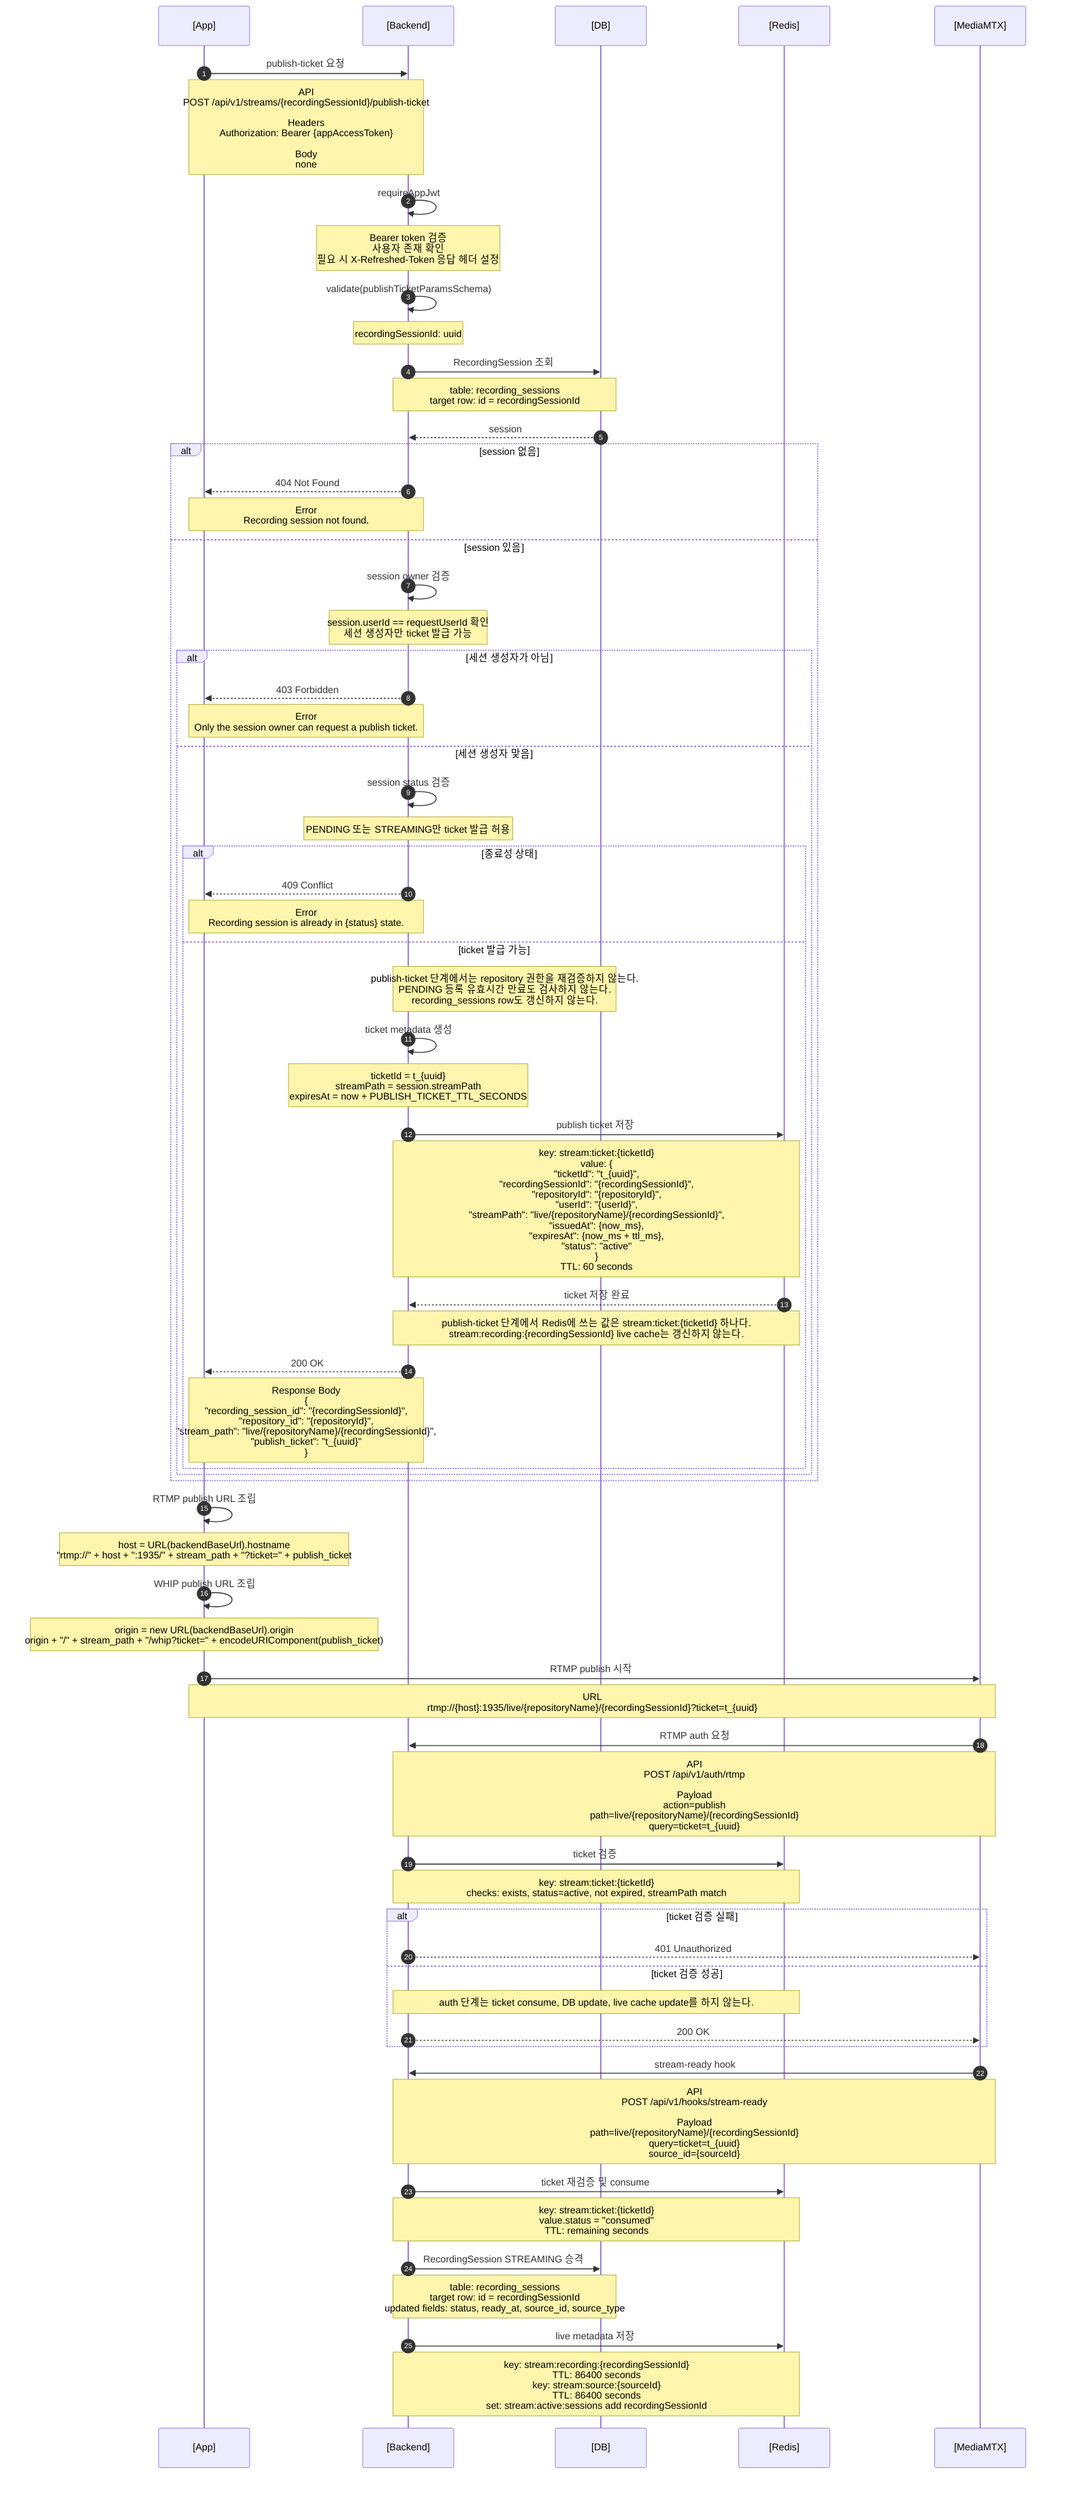
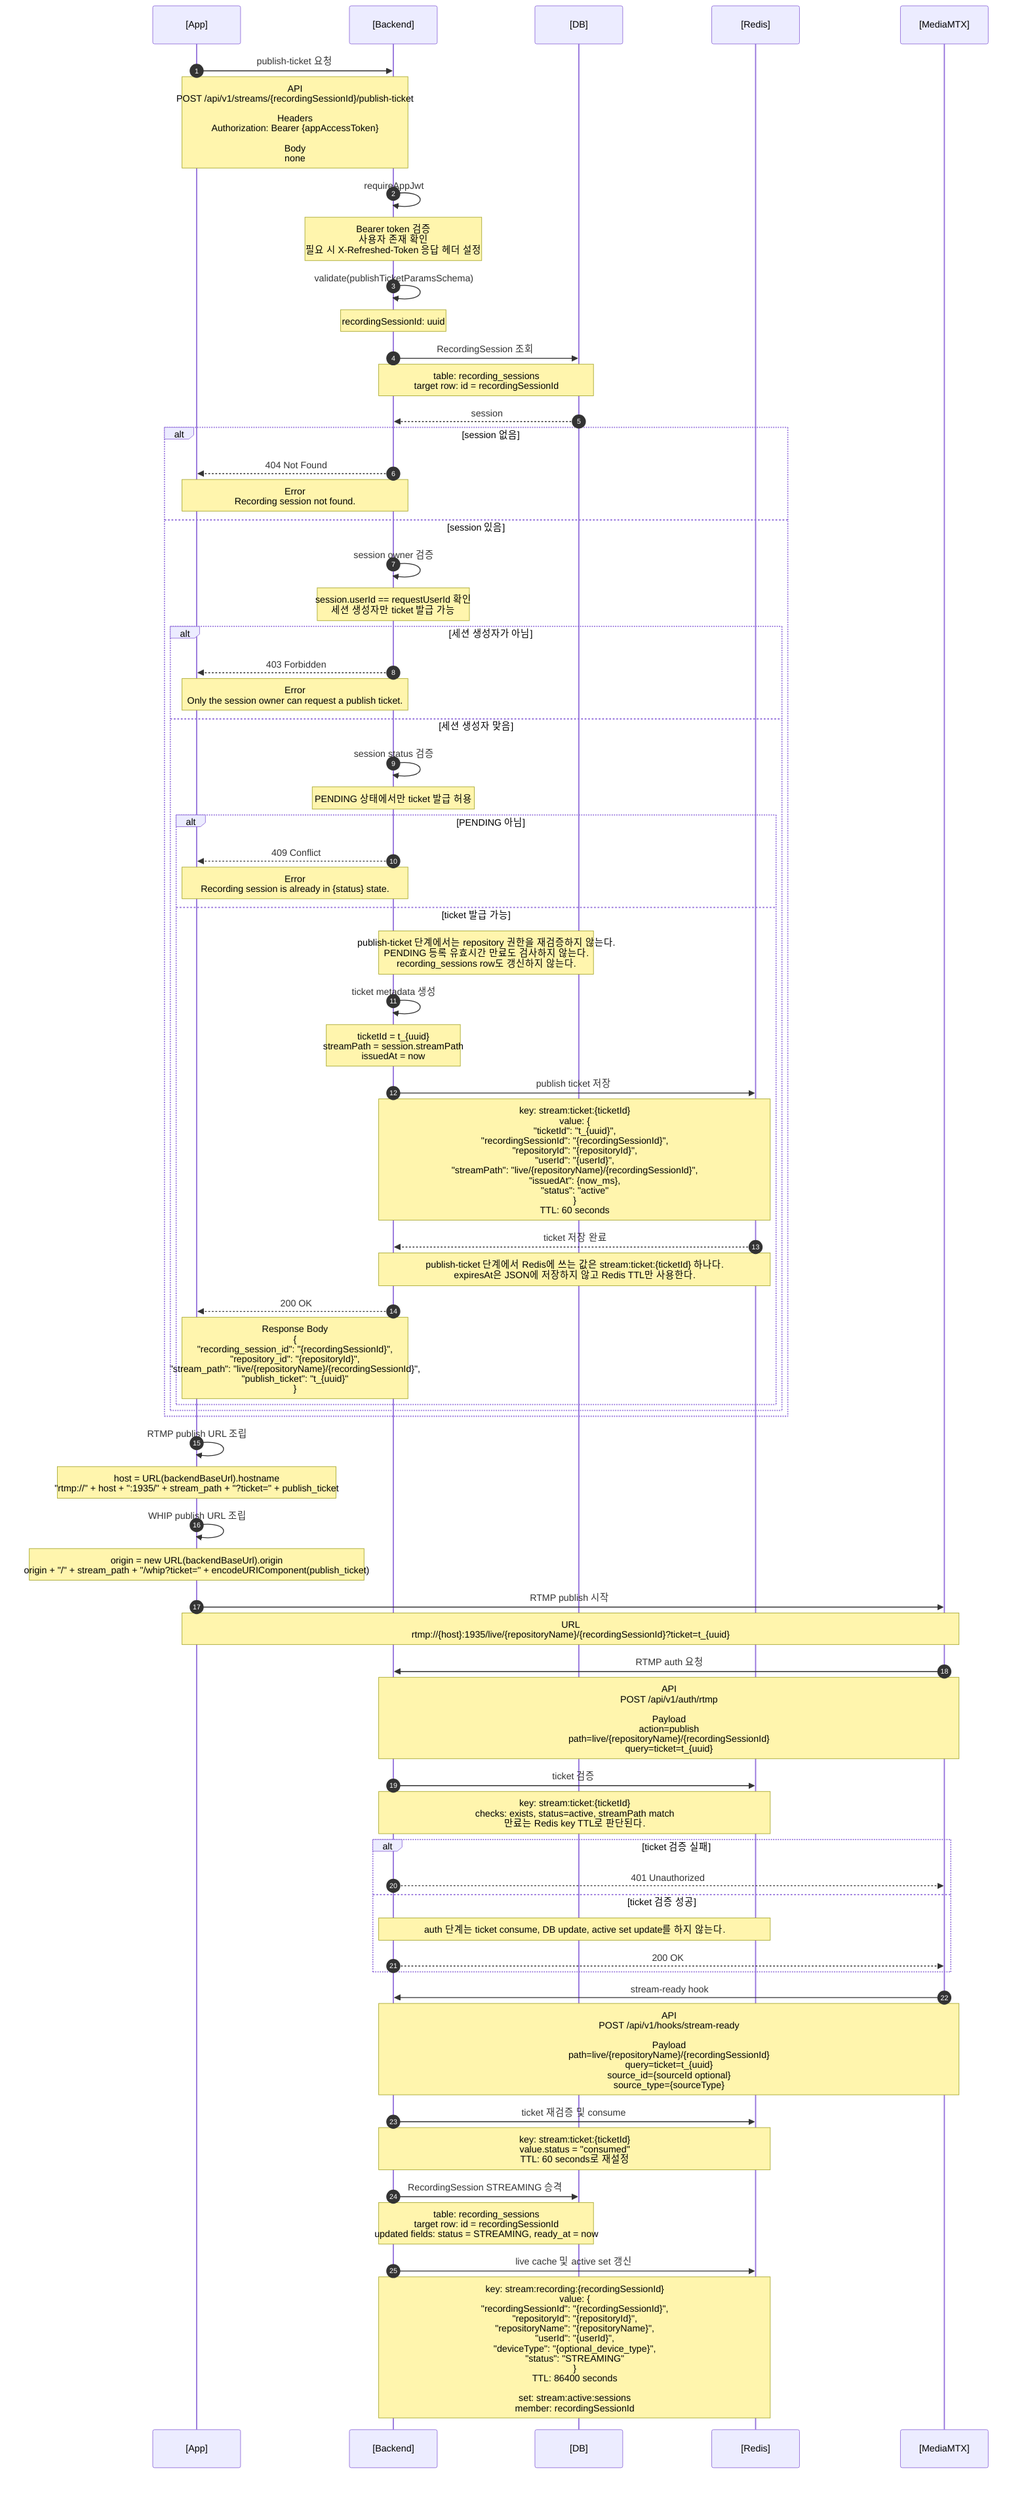
sequenceDiagram
  autonumber
  participant App as [App]
  participant Backend as [Backend]
  participant DB as [DB]
  participant Redis as [Redis]
  participant MTX as [MediaMTX]

  App->>Backend: publish-ticket 요청
  Note over App,Backend: API<br/>POST /api/v1/streams/{recordingSessionId}/publish-ticket<br/><br/>Headers<br/>Authorization: Bearer {appAccessToken}<br/><br/>Body<br/>none

  Backend->>Backend: requireAppJwt
  Note over Backend: Bearer token 검증<br/>사용자 존재 확인<br/>필요 시 X-Refreshed-Token 응답 헤더 설정
  Backend->>Backend: validate(publishTicketParamsSchema)
  Note over Backend: recordingSessionId: uuid

  Backend->>DB: RecordingSession 조회
  Note over Backend,DB: table: recording_sessions<br/>target row: id = recordingSessionId
  DB-->>Backend: session

  alt session 없음
    Backend-->>App: 404 Not Found
    Note over App,Backend: Error<br/>Recording session not found.
  else session 있음
    Backend->>Backend: session owner 검증
    Note over Backend: session.userId == requestUserId 확인<br/>세션 생성자만 ticket 발급 가능
    alt 세션 생성자가 아님
      Backend-->>App: 403 Forbidden
      Note over App,Backend: Error<br/>Only the session owner can request a publish ticket.
    else 세션 생성자 맞음
      Backend->>Backend: session status 검증
-       Note over Backend: PENDING 또는 STREAMING만 ticket 발급 허용
-       alt 종료성 상태
+       Note over Backend: PENDING 상태에서만 ticket 발급 허용
+       alt PENDING 아님
        Backend-->>App: 409 Conflict
        Note over App,Backend: Error<br/>Recording session is already in {status} state.
      else ticket 발급 가능
        Note over Backend,DB: publish-ticket 단계에서는 repository 권한을 재검증하지 않는다.<br/>PENDING 등록 유효시간 만료도 검사하지 않는다.<br/>recording_sessions row도 갱신하지 않는다.

        Backend->>Backend: ticket metadata 생성
-         Note over Backend: ticketId = t_{uuid}<br/>streamPath = session.streamPath<br/>expiresAt = now + PUBLISH_TICKET_TTL_SECONDS
+         Note over Backend: ticketId = t_{uuid}<br/>streamPath = session.streamPath<br/>issuedAt = now

        Backend->>Redis: publish ticket 저장
-         Note over Backend,Redis: key: stream:ticket:{ticketId}<br/>value: {<br/>  "ticketId": "t_{uuid}",<br/>  "recordingSessionId": "{recordingSessionId}",<br/>  "repositoryId": "{repositoryId}",<br/>  "userId": "{userId}",<br/>  "streamPath": "live/{repositoryName}/{recordingSessionId}",<br/>  "issuedAt": {now_ms},<br/>  "expiresAt": {now_ms + ttl_ms},<br/>  "status": "active"<br/>}<br/>TTL: 60 seconds
+         Note over Backend,Redis: key: stream:ticket:{ticketId}<br/>value: {<br/>  "ticketId": "t_{uuid}",<br/>  "recordingSessionId": "{recordingSessionId}",<br/>  "repositoryId": "{repositoryId}",<br/>  "userId": "{userId}",<br/>  "streamPath": "live/{repositoryName}/{recordingSessionId}",<br/>  "issuedAt": {now_ms},<br/>  "status": "active"<br/>}<br/>TTL: 60 seconds
        Redis-->>Backend: ticket 저장 완료

-         Note over Backend,Redis: publish-ticket 단계에서 Redis에 쓰는 값은 stream:ticket:{ticketId} 하나다.<br/>stream:recording:{recordingSessionId} live cache는 갱신하지 않는다.
+         Note over Backend,Redis: publish-ticket 단계에서 Redis에 쓰는 값은 stream:ticket:{ticketId} 하나다.<br/>expiresAt은 JSON에 저장하지 않고 Redis TTL만 사용한다.

        Backend-->>App: 200 OK
        Note over App,Backend: Response Body<br/>{<br/>  "recording_session_id": "{recordingSessionId}",<br/>  "repository_id": "{repositoryId}",<br/>  "stream_path": "live/{repositoryName}/{recordingSessionId}",<br/>  "publish_ticket": "t_{uuid}"<br/>}
      end
    end
  end

  App->>App: RTMP publish URL 조립
  Note over App: host = URL(backendBaseUrl).hostname<br/>"rtmp://" + host + ":1935/" + stream_path + "?ticket=" + publish_ticket
  App->>App: WHIP publish URL 조립
  Note over App: origin = new URL(backendBaseUrl).origin<br/>origin + "/" + stream_path + "/whip?ticket=" + encodeURIComponent(publish_ticket)
  App->>MTX: RTMP publish 시작
  Note over App,MTX: URL<br/>rtmp://{host}:1935/live/{repositoryName}/{recordingSessionId}?ticket=t_{uuid}
  MTX->>Backend: RTMP auth 요청
  Note over Backend,MTX: API<br/>POST /api/v1/auth/rtmp<br/><br/>Payload<br/>action=publish<br/>path=live/{repositoryName}/{recordingSessionId}<br/>query=ticket=t_{uuid}

  Backend->>Redis: ticket 검증
-   Note over Backend,Redis: key: stream:ticket:{ticketId}<br/>checks: exists, status=active, not expired, streamPath match
+   Note over Backend,Redis: key: stream:ticket:{ticketId}<br/>checks: exists, status=active, streamPath match<br/>만료는 Redis key TTL로 판단된다.
  alt ticket 검증 실패
    Backend-->>MTX: 401 Unauthorized
  else ticket 검증 성공
-     Note over Backend,Redis: auth 단계는 ticket consume, DB update, live cache update를 하지 않는다.
+     Note over Backend,Redis: auth 단계는 ticket consume, DB update, active set update를 하지 않는다.
    Backend-->>MTX: 200 OK
  end

  MTX->>Backend: stream-ready hook
-   Note over Backend,MTX: API<br/>POST /api/v1/hooks/stream-ready<br/><br/>Payload<br/>path=live/{repositoryName}/{recordingSessionId}<br/>query=ticket=t_{uuid}<br/>source_id={sourceId}
+   Note over Backend,MTX: API<br/>POST /api/v1/hooks/stream-ready<br/><br/>Payload<br/>path=live/{repositoryName}/{recordingSessionId}<br/>query=ticket=t_{uuid}<br/>source_id={sourceId optional}<br/>source_type={sourceType}
  Backend->>Redis: ticket 재검증 및 consume
-   Note over Backend,Redis: key: stream:ticket:{ticketId}<br/>value.status = "consumed"<br/>TTL: remaining seconds
+   Note over Backend,Redis: key: stream:ticket:{ticketId}<br/>value.status = "consumed"<br/>TTL: 60 seconds로 재설정
  Backend->>DB: RecordingSession STREAMING 승격
-   Note over Backend,DB: table: recording_sessions<br/>target row: id = recordingSessionId<br/>updated fields: status, ready_at, source_id, source_type
-   Backend->>Redis: live metadata 저장
-   Note over Backend,Redis: key: stream:recording:{recordingSessionId}<br/>TTL: 86400 seconds<br/>key: stream:source:{sourceId}<br/>TTL: 86400 seconds<br/>set: stream:active:sessions add recordingSessionId
+   Note over Backend,DB: table: recording_sessions<br/>target row: id = recordingSessionId<br/>updated fields: status = STREAMING, ready_at = now
+   Backend->>Redis: live cache 및 active set 갱신
+   Note over Backend,Redis: key: stream:recording:{recordingSessionId}<br/>value: {<br/>  "recordingSessionId": "{recordingSessionId}",<br/>  "repositoryId": "{repositoryId}",<br/>  "repositoryName": "{repositoryName}",<br/>  "userId": "{userId}",<br/>  "deviceType": "{optional_device_type}",<br/>  "status": "STREAMING"<br/>}<br/>TTL: 86400 seconds<br/><br/>set: stream:active:sessions<br/>member: recordingSessionId
